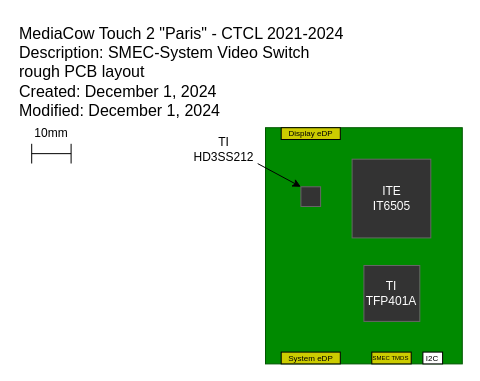
Before: circuits/video_switch_pcb.drawio in ctcl-bregis/mct2, a draw.io diagram. Source tidied: cells renumbered, new cells numbered last; positions are measured from the earlier drawing's top-left corner, leaving out a move shared by most shapes. Both pictures are drawn from the tidied source at 100%, with x=0, y=0 at pixel (17, 17).
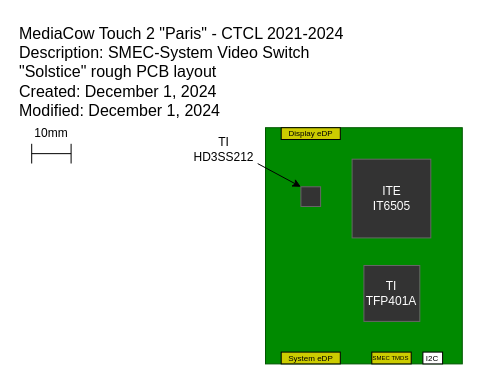
Above is the later version.

Change to the diagram source:
```diff
@@
 <mxGraphModel>
   <root>
     <mxCell id="0" />
     <mxCell id="1" parent="0" />
     <mxCell id="2" style="rounded=0;whiteSpace=wrap;html=1;fillColor=#008a00;fontColor=#ffffff;strokeColor=#005700;" parent="1" vertex="1">
       <mxGeometry x="248" y="110.2" width="196.8" height="236.2" as="geometry" />
     </mxCell>
-    <mxCell id="3" value="MediaCow Touch 2 &quot;Paris&quot; - CTCL 2021-2024&lt;br style=&quot;font-size: 16px;&quot;&gt;Description: SMEC-System Video Switch rough PCB layout&lt;br style=&quot;font-size: 16px;&quot;&gt;&lt;span style=&quot;background-color: initial; font-size: 16px;&quot;&gt;Created: December 1, 2024&amp;nbsp;&lt;/span&gt;&lt;div style=&quot;font-size: 16px;&quot;&gt;Modified: December 1, 2024&lt;/div&gt;" style="text;html=1;align=left;verticalAlign=top;whiteSpace=wrap;rounded=0;fontSize=16;" parent="1" vertex="1">
+    <mxCell id="3" value="MediaCow Touch 2 &quot;Paris&quot; - CTCL 2021-2024&lt;br style=&quot;font-size: 16px;&quot;&gt;Description: SMEC-System Video Switch &quot;Solstice&quot; rough PCB layout&lt;br style=&quot;font-size: 16px;&quot;&gt;&lt;span style=&quot;background-color: initial; font-size: 16px;&quot;&gt;Created: December 1, 2024&amp;nbsp;&lt;/span&gt;&lt;div style=&quot;font-size: 16px;&quot;&gt;Modified: December 1, 2024&amp;nbsp;&lt;/div&gt;" style="text;html=1;align=left;verticalAlign=top;whiteSpace=wrap;rounded=0;fontSize=16;" parent="1" vertex="1">
       <mxGeometry x="-0.1" width="334.6" height="98.4" as="geometry" />
     </mxCell>
     <mxCell id="4" style="shape=crossbar;whiteSpace=wrap;html=1;rounded=1;" parent="1" vertex="1">
       <mxGeometry x="14.2" y="126.3" width="39.4" height="19.7" as="geometry" />
     </mxCell>
     <mxCell id="5" value="10mm" style="text;html=1;align=center;verticalAlign=middle;whiteSpace=wrap;rounded=0;" parent="1" vertex="1">
       <mxGeometry x="3.9" y="106.3" width="60" height="20" as="geometry" />
     </mxCell>
     <mxCell id="6" value="TI&lt;div&gt;TFP401A&lt;/div&gt;" style="whiteSpace=wrap;html=1;fillColor=#333333;fontColor=#FFFFFF;strokeColor=#666666;" parent="1" vertex="1">
       <mxGeometry x="346.4" y="248" width="55.9" height="55.9" as="geometry" />
     </mxCell>
     <mxCell id="7" style="whiteSpace=wrap;html=1;fillColor=#333333;fontColor=#333333;strokeColor=#666666;" parent="1" vertex="1">
       <mxGeometry x="283.4" y="169.3" width="19.7" height="19.7" as="geometry" />
     </mxCell>
     <mxCell id="8" value="Display eDP" style="rounded=0;whiteSpace=wrap;html=1;fillColor=#CCCC00;fontSize=8;" parent="1" vertex="1">
       <mxGeometry x="263.7" y="110.2" width="59.1" height="11.8" as="geometry" />
     </mxCell>
     <mxCell id="9" value="ITE&lt;div&gt;IT6505&lt;/div&gt;" style="whiteSpace=wrap;html=1;fillColor=#333333;fontColor=#FFFFFF;strokeColor=#666666;" parent="1" vertex="1">
       <mxGeometry x="334.6" y="141.7" width="78.7" height="78.7" as="geometry" />
     </mxCell>
     <mxCell id="10" style="endArrow=classic;html=1;rounded=0;entryX=0;entryY=0;entryDx=0;entryDy=0;" parent="1" edge="1" target="7">
       <mxGeometry relative="1" as="geometry">
         <mxPoint x="240.2" y="146.1" as="sourcePoint" />
       </mxGeometry>
     </mxCell>
     <mxCell id="11" value="TI&lt;br&gt;HD3SS212" style="text;html=1;align=center;verticalAlign=middle;whiteSpace=wrap;rounded=0;" parent="1" vertex="1">
       <mxGeometry x="173.2" y="118.1" width="66.9" height="27.6" as="geometry" />
     </mxCell>
     <mxCell id="12" value="SMEC TMDS" style="rounded=0;whiteSpace=wrap;html=1;fillColor=#CCCC00;fontSize=6;" parent="1" vertex="1">
       <mxGeometry x="354.3" y="334.6" width="39.4" height="11.8" as="geometry" />
     </mxCell>
     <mxCell id="13" value="System eDP" style="rounded=0;whiteSpace=wrap;html=1;fillColor=#CCCC00;fontSize=8;" parent="1" vertex="1">
       <mxGeometry x="263.7" y="334.6" width="59.1" height="11.8" as="geometry" />
     </mxCell>
     <mxCell id="14" value="I2C" style="rounded=0;whiteSpace=wrap;html=1;fontSize=8;fontColor=default;" parent="1" vertex="1">
       <mxGeometry x="405.4" y="334.6" width="19.7" height="11.8" as="geometry" />
     </mxCell>
   </root>
 </mxGraphModel>
```
